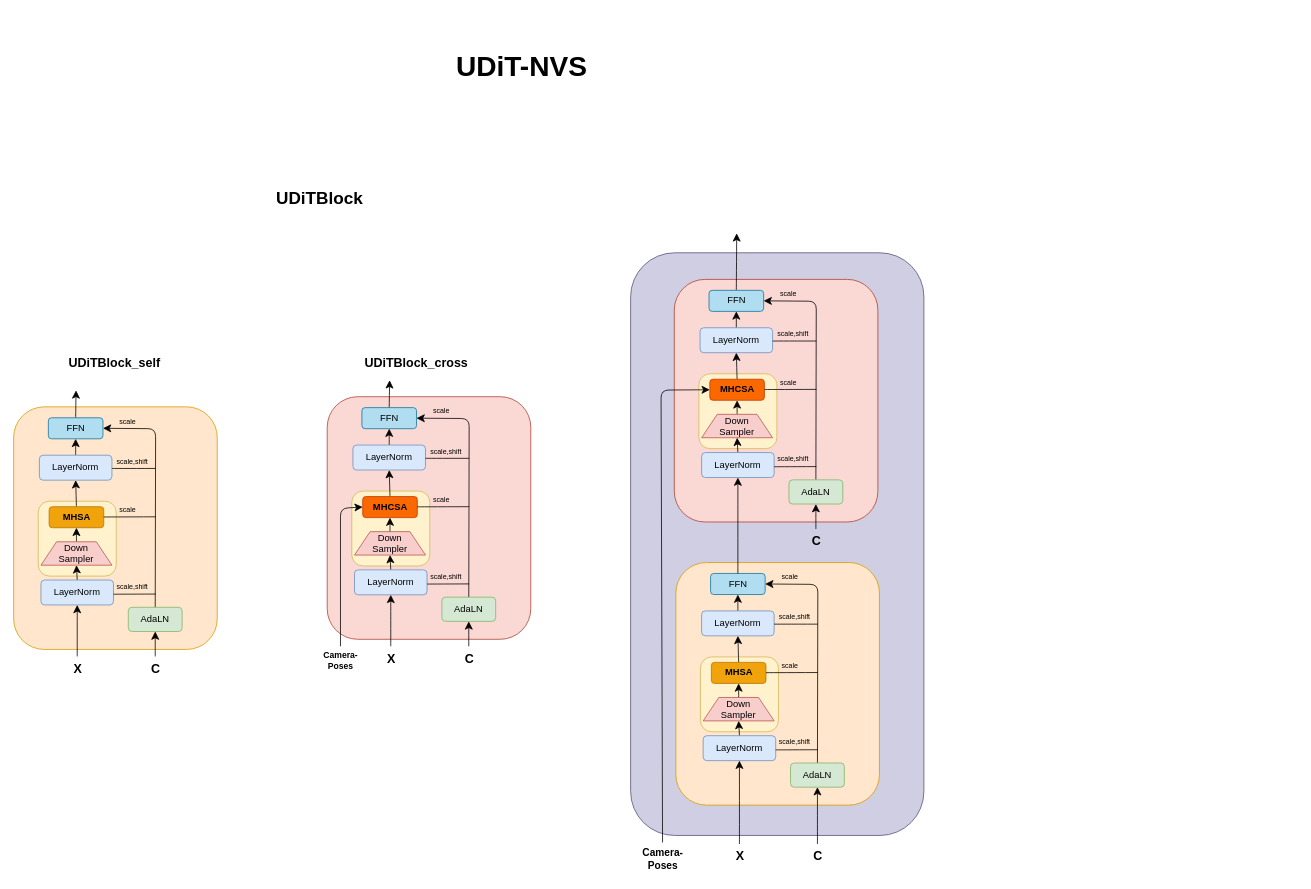
Before: UDiT-NVS.drawio in chenjiahes/small_module, a draw.io diagram. Source tidied: cells renumbered, new cells numbered last; positions are measured from the earlier drawing's top-left corner, leaving out a move shared by most shapes. Both pictures are drawn from the tidied source at 78%, with x=0, y=0 at pixel (13, 44).
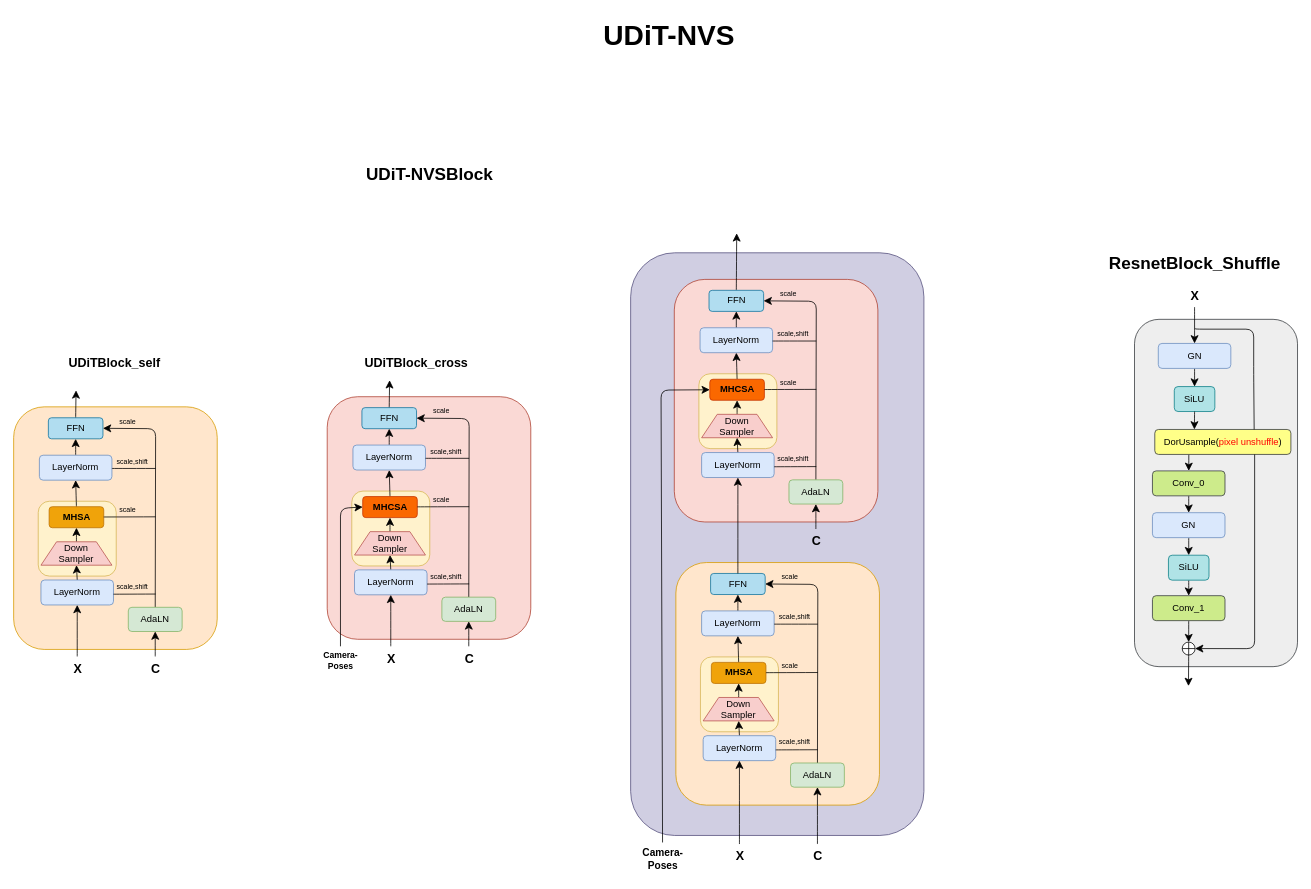
The same diagram, later.

The edit, as a diff of the source:
```diff
@@
+    <mxCell id="109" style="rounded=1;whiteSpace=wrap;html=1;fillColor=#eeeeee;strokeColor=#36393d;" parent="1" vertex="1">
+      <mxGeometry x="1437" y="351.9" width="209" height="445.3" as="geometry" />
+    </mxCell>
     <mxCell id="2" value="&lt;b&gt;&lt;font style=&quot;font-size: 36px;&quot;&gt;UDiT-NVS&lt;/font&gt;&lt;/b&gt;" style="text;html=1;align=center;verticalAlign=middle;strokeColor=none;fillColor=none;fontSize=25;" parent="1" vertex="1">
-      <mxGeometry x="558" width="186" height="55" as="geometry" />
+      <mxGeometry x="747" y="-40" width="186" height="55" as="geometry" />
     </mxCell>
-    <mxCell id="3" value="&lt;b&gt;UDiTBlock&lt;/b&gt;" style="text;html=1;align=center;verticalAlign=middle;strokeColor=none;fillColor=none;fontSize=22;" parent="1" vertex="1">
-      <mxGeometry x="327" y="178" width="129" height="38" as="geometry" />
+    <mxCell id="3" value="&lt;b&gt;UDiT-NVSBlock&lt;/b&gt;" style="text;html=1;align=center;verticalAlign=middle;strokeColor=none;fillColor=none;fontSize=22;" parent="1" vertex="1">
+      <mxGeometry x="442" y="148" width="181" height="38" as="geometry" />
     </mxCell>
@@
+    <mxCell id="110" value="&lt;b&gt;ResnetBlock_Shuffle&lt;/b&gt;" style="text;html=1;align=center;verticalAlign=middle;strokeColor=none;fillColor=none;fontSize=22;" parent="1" vertex="1">
+      <mxGeometry x="1395" y="262.1" width="238" height="38" as="geometry" />
+    </mxCell>
+    <mxCell id="111" style="edgeStyle=none;curved=1;rounded=0;jettySize=auto;html=1;exitX=0.5;exitY=1;exitDx=0;exitDy=0;entryX=0.5;entryY=0;entryDx=0;entryDy=0;fontSize=12;startSize=8;endSize=8;" parent="1" edge="1" source="112" target="113">
+      <mxGeometry relative="1" as="geometry" />
+    </mxCell>
+    <mxCell id="112" value="GN" style="rounded=1;whiteSpace=wrap;html=1;fillColor=#dae8fc;strokeColor=#6c8ebf;" parent="1" vertex="1">
+      <mxGeometry x="1467.5" y="382.8" width="93" height="32" as="geometry" />
+    </mxCell>
+    <mxCell id="113" value="SiLU" style="rounded=1;whiteSpace=wrap;html=1;fillColor=#b0e3e6;strokeColor=#0e8088;" parent="1" vertex="1">
+      <mxGeometry x="1488" y="438.1" width="52" height="32" as="geometry" />
+    </mxCell>
+    <mxCell id="114" style="edgeStyle=none;curved=1;rounded=0;jettySize=auto;html=1;exitX=0.25;exitY=1;exitDx=0;exitDy=0;fontSize=12;startSize=8;endSize=8;" parent="1" edge="1" source="115" target="120">
+      <mxGeometry relative="1" as="geometry" />
+    </mxCell>
+    <mxCell id="115" value="DorUsample(&lt;font style=&quot;color: rgb(255, 0, 0);&quot;&gt;pixel unshuffle&lt;/font&gt;)" style="rounded=1;whiteSpace=wrap;html=1;fillColor=#ffff88;strokeColor=#36393d;" parent="1" vertex="1">
+      <mxGeometry x="1463" y="493.1" width="174.5" height="32" as="geometry" />
+    </mxCell>
+    <mxCell id="116" style="edgeStyle=none;curved=1;rounded=0;jettySize=auto;html=1;entryX=0.5;entryY=0;entryDx=0;entryDy=0;fontSize=12;startSize=8;endSize=8;" parent="1" edge="1" source="117" target="112">
+      <mxGeometry relative="1" as="geometry" />
+    </mxCell>
+    <mxCell id="117" value="&lt;b&gt;X&lt;/b&gt;" style="text;html=1;align=center;verticalAlign=middle;points=[];strokeColor=none;fillColor=none;fontSize=16;" parent="1" vertex="1">
+      <mxGeometry x="1499.5" y="305.1" width="29" height="31" as="geometry" />
+    </mxCell>
+    <mxCell id="118" style="edgeStyle=none;curved=1;rounded=0;jettySize=auto;html=1;exitX=0.5;exitY=1;exitDx=0;exitDy=0;entryX=0.291;entryY=-0.001;entryDx=0;entryDy=0;entryPerimeter=0;fontSize=12;startSize=8;endSize=8;" parent="1" edge="1" source="113" target="115">
+      <mxGeometry relative="1" as="geometry" />
+    </mxCell>
+    <mxCell id="119" style="edgeStyle=none;curved=1;rounded=0;jettySize=auto;html=1;exitX=0.5;exitY=1;exitDx=0;exitDy=0;entryX=0.5;entryY=0;entryDx=0;entryDy=0;fontSize=12;startSize=8;endSize=8;" parent="1" edge="1" source="120" target="122">
+      <mxGeometry relative="1" as="geometry" />
+    </mxCell>
+    <mxCell id="120" value="Conv_0" style="rounded=1;whiteSpace=wrap;html=1;fillColor=#cdeb8b;strokeColor=#36393d;" parent="1" vertex="1">
+      <mxGeometry x="1460" y="546.2" width="93" height="32" as="geometry" />
+    </mxCell>
+    <mxCell id="121" style="edgeStyle=none;curved=1;rounded=0;jettySize=auto;html=1;exitX=0.5;exitY=1;exitDx=0;exitDy=0;fontSize=12;startSize=8;endSize=8;" parent="1" edge="1" source="122" target="124">
+      <mxGeometry relative="1" as="geometry" />
+    </mxCell>
+    <mxCell id="122" value="GN" style="rounded=1;whiteSpace=wrap;html=1;fillColor=#dae8fc;strokeColor=#6c8ebf;" parent="1" vertex="1">
+      <mxGeometry x="1460" y="599.8" width="93" height="32" as="geometry" />
+    </mxCell>
+    <mxCell id="123" style="edgeStyle=none;curved=1;rounded=0;jettySize=auto;html=1;exitX=0.5;exitY=1;exitDx=0;exitDy=0;fontSize=12;startSize=8;endSize=8;" parent="1" edge="1" source="124" target="126">
+      <mxGeometry relative="1" as="geometry" />
+    </mxCell>
+    <mxCell id="124" value="SiLU" style="rounded=1;whiteSpace=wrap;html=1;fillColor=#b0e3e6;strokeColor=#0e8088;" parent="1" vertex="1">
+      <mxGeometry x="1480.5" y="654.3" width="52" height="32" as="geometry" />
+    </mxCell>
+    <mxCell id="125" style="edgeStyle=none;curved=1;rounded=0;jettySize=auto;html=1;exitX=0.5;exitY=1;exitDx=0;exitDy=0;fontSize=12;startSize=8;endSize=8;entryX=0.5;entryY=0;entryDx=0;entryDy=0;" parent="1" edge="1" source="126" target="128">
+      <mxGeometry relative="1" as="geometry" />
+    </mxCell>
+    <mxCell id="126" value="Conv_1" style="rounded=1;whiteSpace=wrap;html=1;fillColor=#cdeb8b;strokeColor=#36393d;" parent="1" vertex="1">
+      <mxGeometry x="1460" y="706.2" width="93" height="32" as="geometry" />
+    </mxCell>
+    <mxCell id="127" style="edgeStyle=none;curved=1;rounded=0;jettySize=auto;html=1;exitX=0.5;exitY=1;exitDx=0;exitDy=0;fontSize=12;startSize=8;endSize=8;" parent="1" edge="1" source="128">
+      <mxGeometry relative="1" as="geometry">
+        <mxPoint x="1506.2" y="822" as="targetPoint" />
+      </mxGeometry>
+    </mxCell>
+    <mxCell id="128" style="shape=orEllipse;perimeter=ellipsePerimeter;whiteSpace=wrap;html=1;backgroundOutline=1;" parent="1" vertex="1">
+      <mxGeometry x="1498.2" y="765.7" width="16.5" height="16.6" as="geometry" />
+    </mxCell>
+    <mxCell id="129" style="endArrow=none;html=1;rounded=1;fontSize=12;startSize=8;endSize=8;edgeStyle=orthogonalEdgeStyle;entryX=0.726;entryY=-0.011;entryDx=0;entryDy=0;entryPerimeter=0;curved=0;" parent="1" edge="1">
+      <mxGeometry relative="1" as="geometry">
+        <mxPoint x="1514.8" y="363.5" as="sourcePoint" />
+        <mxPoint x="1590.4" y="493.1" as="targetPoint" />
+        <Array as="points">
+          <mxPoint x="1589.8" y="364.5" />
+          <mxPoint x="1589.8" y="422.5" />
+          <mxPoint x="1590.8" y="422.5" />
+        </Array>
+      </mxGeometry>
+    </mxCell>
+    <mxCell id="130" style="endArrow=classic;html=1;rounded=1;fontSize=12;startSize=8;endSize=8;curved=0;entryX=1;entryY=0.5;entryDx=0;entryDy=0;" parent="1" edge="1" target="128">
+      <mxGeometry relative="1" as="geometry">
+        <mxPoint x="1591" y="525.1" as="sourcePoint" />
+        <Array as="points">
+          <mxPoint x="1591" y="774.1" />
+        </Array>
+      </mxGeometry>
+    </mxCell>
```
